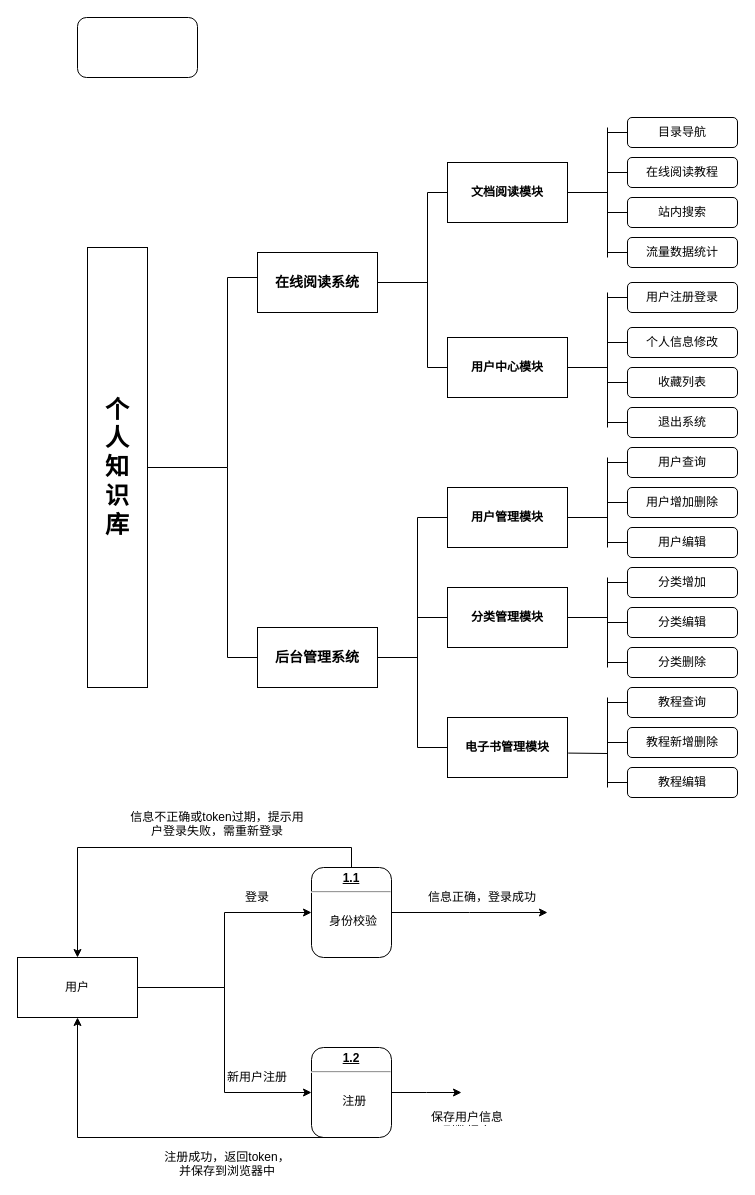
The draw.io diagram 未命名绘图.drawio in EM-FF/text, before the edit. Source tidied: cells renumbered, new cells numbered last; positions are measured from the earlier drawing's top-left corner, leaving out a move shared by most shapes. Both pictures are drawn from the tidied source at 100%, with x=0, y=0 at pixel (17, 17).
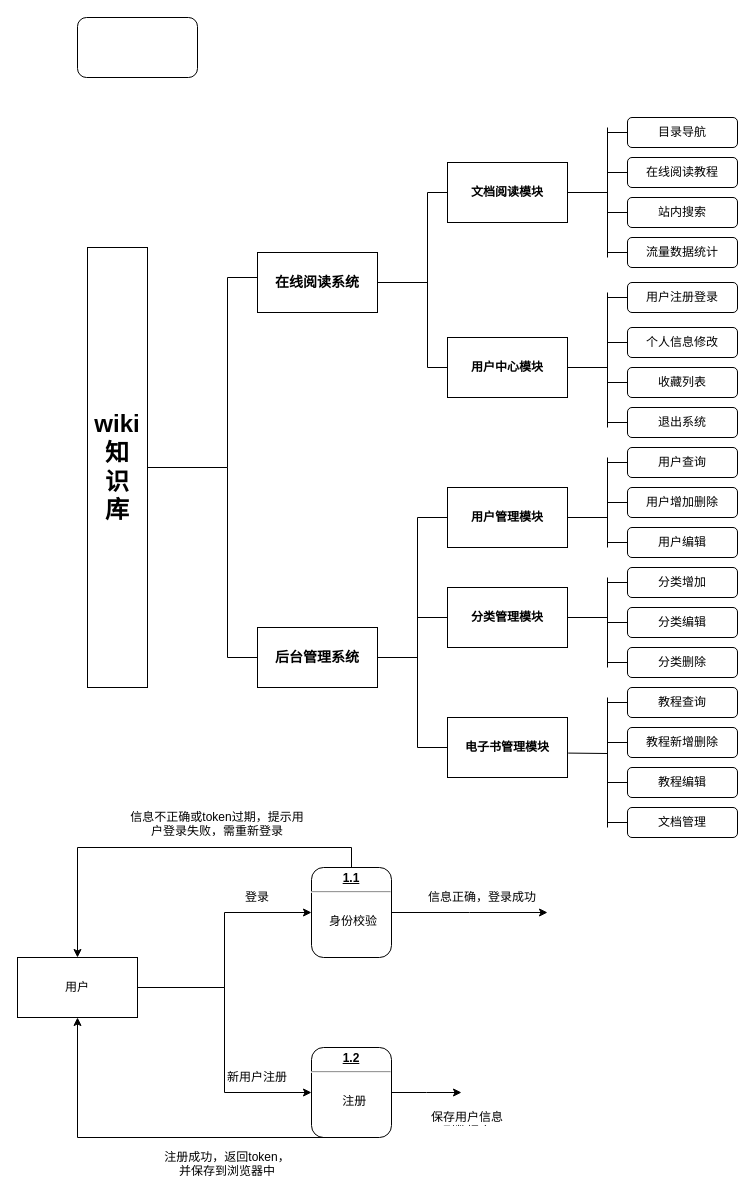
The same diagram, later.

Commit message:
系统功能结构图.drawio

Change to the diagram source:
```diff
@@
-    <mxCell id="2" value="&lt;font style=&quot;font-size: 24px;&quot;&gt;&lt;b style=&quot;&quot;&gt;个&lt;br&gt;人&lt;br&gt;知&lt;br&gt;识&lt;br&gt;库&lt;/b&gt;&lt;/font&gt;" style="rounded=0;whiteSpace=wrap;html=1;" parent="1" vertex="1">
+    <mxCell id="2" value="&lt;font style=&quot;font-size: 24px;&quot;&gt;&lt;b style=&quot;&quot;&gt;&lt;br&gt;wiki&lt;br&gt;知&lt;br&gt;识&lt;br&gt;库&lt;br&gt;&lt;br&gt;&lt;/b&gt;&lt;/font&gt;" style="rounded=0;whiteSpace=wrap;html=1;" parent="1" vertex="1">
       <mxGeometry x="70" y="230" width="60" height="440" as="geometry" />
     </mxCell>
@@
     <mxCell id="56" style="endArrow=none;html=1;rounded=0;" parent="1" edge="1">
       <mxGeometry relative="1" as="geometry">
-        <mxPoint x="590" y="770" as="sourcePoint" />
+        <mxPoint x="590" y="810" as="sourcePoint" />
         <mxPoint x="590" y="680" as="targetPoint" />
       </mxGeometry>
     </mxCell>
@@
+    <mxCell id="81" value="文档管理" style="rounded=1;whiteSpace=wrap;html=1;" parent="1" vertex="1">
+      <mxGeometry x="610" y="790" width="110" height="30" as="geometry" />
+    </mxCell>
+    <mxCell id="82" style="endArrow=none;html=1;rounded=0;exitX=0;exitY=0.5;exitDx=0;exitDy=0;" parent="1" edge="1" source="81">
+      <mxGeometry relative="1" as="geometry">
+        <mxPoint x="590" y="805" as="targetPoint" />
+      </mxGeometry>
+    </mxCell>
```
